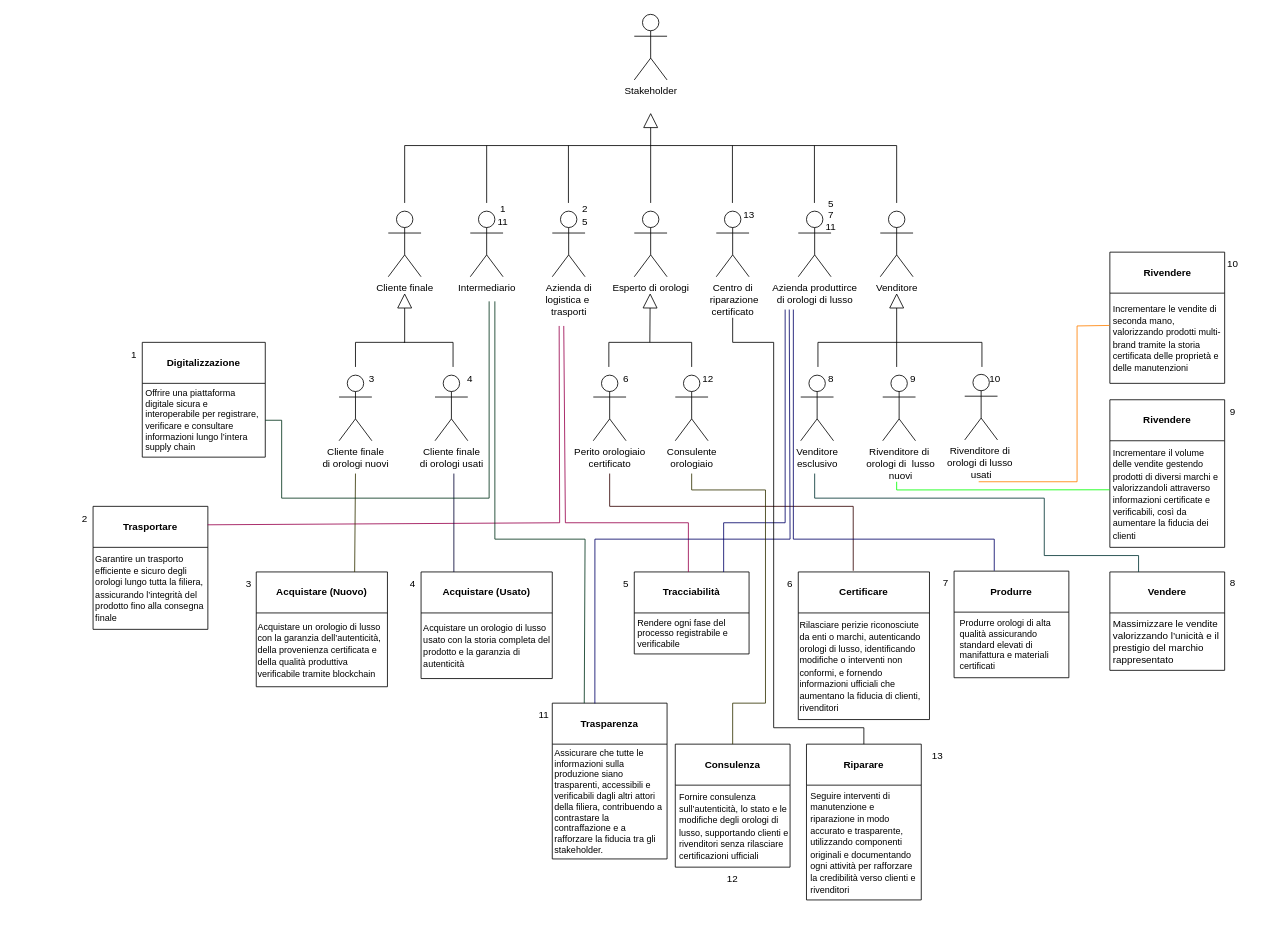
Vittorio92/ProgettoSistemiInformativi keeps this draw.io diagram as Diagrammi/DependencyDiagram.drawio. Above is the earlier version. Source tidied: cells renumbered, new cells numbered last; positions are measured from the earlier drawing's top-left corner, leaving out a move shared by most shapes. Both pictures are drawn from the tidied source at 82%, with x=0, y=0 at pixel (60, 14).
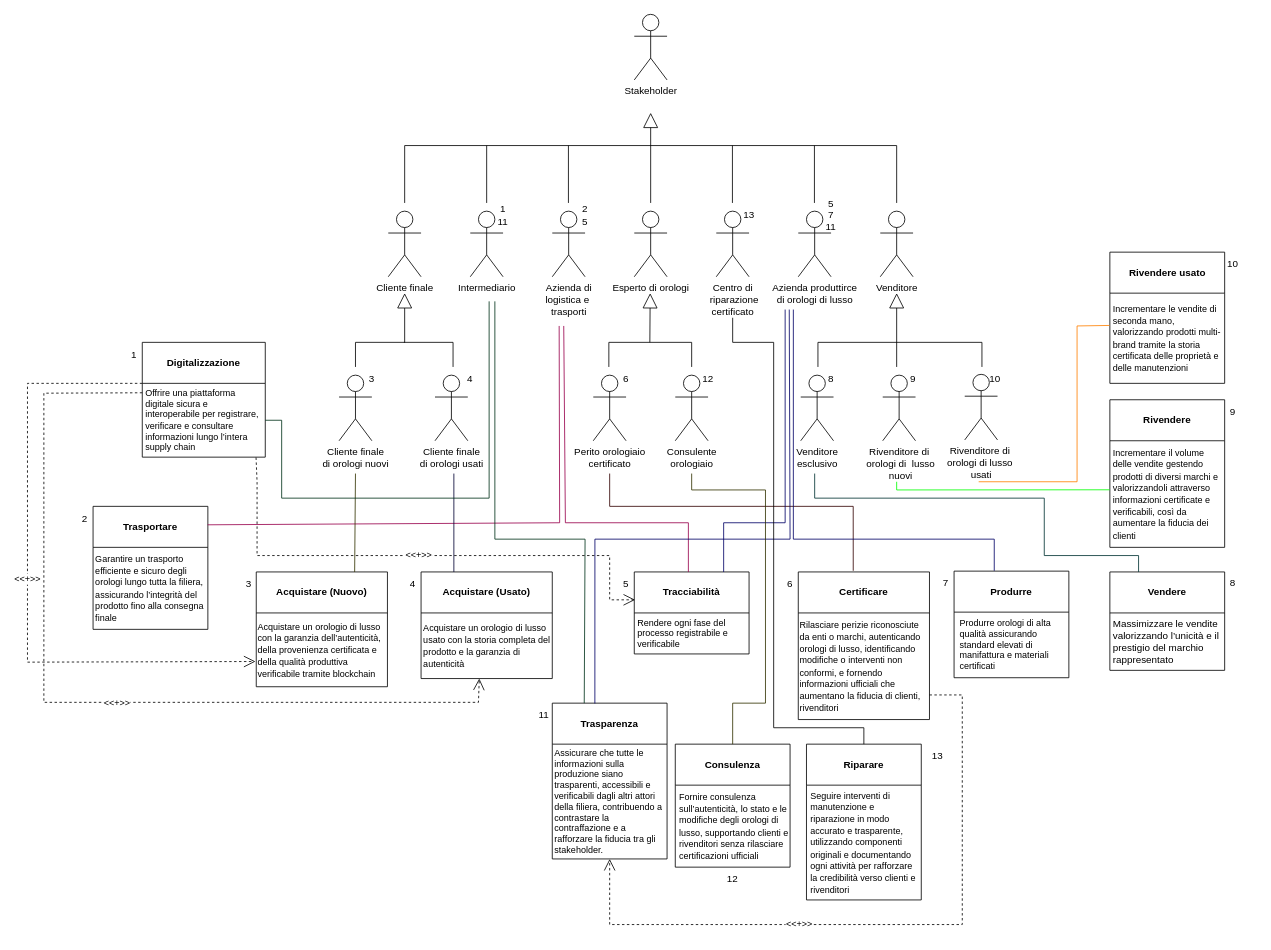
Above is the later version.

Commit message (it also covers changes not shown here):
Modifiche word e inizio Dependency Diagram

The change refers to these unchanged cells:
```xml
<mxCell id="33" value="&lt;font style=&quot;font-size: 11px;&quot;&gt;Acquistare un orologio di lusso con la garanzia dell’autenticità, della provenienza certificata e della qualità produttiva verificabile tramite blockchain&lt;/font&gt;" style="text;html=1;whiteSpace=wrap;strokeColor=none;fillColor=none;align=left;verticalAlign=middle;rounded=0;" parent="32" vertex="1">
  <mxGeometry y="50" width="160" height="90" as="geometry" />
</mxCell>
<mxCell id="43" value="Offrire una piattaforma digitale sicura e interoperabile per registrare, verificare e consultare informazioni lungo l’intera supply chain" style="text;html=1;whiteSpace=wrap;strokeColor=none;fillColor=none;align=left;verticalAlign=middle;rounded=0;fontSize=11;spacingLeft=2;" parent="42" vertex="1">
  <mxGeometry y="50" width="150" height="90" as="geometry" />
</mxCell>
<mxCell id="45" value="Assicurare che tutte le informazioni sulla produzione siano trasparenti, accessibili e verificabili dagli altri attori della filiera, contribuendo a contrastare la contraffazione e a rafforzare la fiducia tra gli stakeholder." style="text;html=1;whiteSpace=wrap;strokeColor=none;fillColor=none;align=left;verticalAlign=middle;rounded=0;fontSize=11;spacingLeft=1;" parent="44" vertex="1">
  <mxGeometry y="50" width="140" height="140" as="geometry" />
</mxCell>
<mxCell id="48" value="&lt;b&gt;Tracciabilità&lt;/b&gt;" style="swimlane;fontStyle=0;horizontal=1;startSize=50;whiteSpace=wrap;html=1;" parent="1" vertex="1">
  <mxGeometry x="700" y="680" width="140" height="100" as="geometry" />
</mxCell>
```

Diff of the diagram source:
```diff
@@
-    <mxCell id="52" value="&lt;b&gt;Rivendere&lt;/b&gt;" style="swimlane;fontStyle=0;horizontal=1;startSize=50;whiteSpace=wrap;html=1;spacingLeft=1;" parent="1" vertex="1">
+    <mxCell id="52" value="&lt;b&gt;Rivendere usato&lt;/b&gt;" style="swimlane;fontStyle=0;horizontal=1;startSize=50;whiteSpace=wrap;html=1;spacingLeft=1;" parent="1" vertex="1">
       <mxGeometry x="1280" y="290" width="140" height="160" as="geometry" />
     </mxCell>
@@
+    <mxCell id="95" value="&amp;lt;&amp;lt;+&amp;gt;&amp;gt;" style="endArrow=open;endSize=12;dashed=1;html=1;rounded=0;entryX=-0.006;entryY=0.658;entryDx=0;entryDy=0;entryPerimeter=0;" parent="1" edge="1" target="33">
+      <mxGeometry relative="1" as="geometry">
+        <mxPoint x="100" y="450" as="sourcePoint" />
+        <Array as="points">
+          <mxPoint x="-40" y="450" />
+          <mxPoint x="-40" y="790" />
+        </Array>
+      </mxGeometry>
+    </mxCell>
+    <mxCell id="96" value="&amp;lt;&amp;lt;+&amp;gt;&amp;gt;" style="endArrow=open;endSize=12;dashed=1;html=1;rounded=0;exitX=0;exitY=0.25;exitDx=0;exitDy=0;" parent="1" edge="1">
+      <mxGeometry x="0.11" y="-1" relative="1" as="geometry">
+        <mxPoint x="100" y="461.5" as="sourcePoint" />
+        <mxPoint x="511" y="810" as="targetPoint" />
+        <Array as="points">
+          <mxPoint x="-20" y="462" />
+          <mxPoint x="-20" y="839" />
+          <mxPoint x="510" y="839" />
+        </Array>
+      </mxGeometry>
+    </mxCell>
+    <mxCell id="97" value="&amp;lt;&amp;lt;+&amp;gt;&amp;gt;" style="endArrow=open;endSize=12;dashed=1;html=1;rounded=0;exitX=0.925;exitY=1.005;exitDx=0;exitDy=0;exitPerimeter=0;entryX=0.007;entryY=0.34;entryDx=0;entryDy=0;entryPerimeter=0;" parent="1" edge="1" source="43" target="48">
+      <mxGeometry relative="1" as="geometry">
+        <Array as="points">
+          <mxPoint x="240" y="570" />
+          <mxPoint x="240" y="660" />
+          <mxPoint x="670" y="660" />
+          <mxPoint x="670" y="714" />
+        </Array>
+      </mxGeometry>
+    </mxCell>
+    <mxCell id="98" value="&amp;lt;&amp;lt;+&amp;gt;&amp;gt;" style="endArrow=open;endSize=12;dashed=1;html=1;rounded=0;entryX=0.5;entryY=1;entryDx=0;entryDy=0;" parent="1" edge="1" target="45">
+      <mxGeometry x="0.25" relative="1" as="geometry">
+        <mxPoint x="1060" y="830" as="sourcePoint" />
+        <Array as="points">
+          <mxPoint x="1100" y="830" />
+          <mxPoint x="1100" y="1110" />
+          <mxPoint x="670" y="1110" />
+        </Array>
+      </mxGeometry>
+    </mxCell>
```
